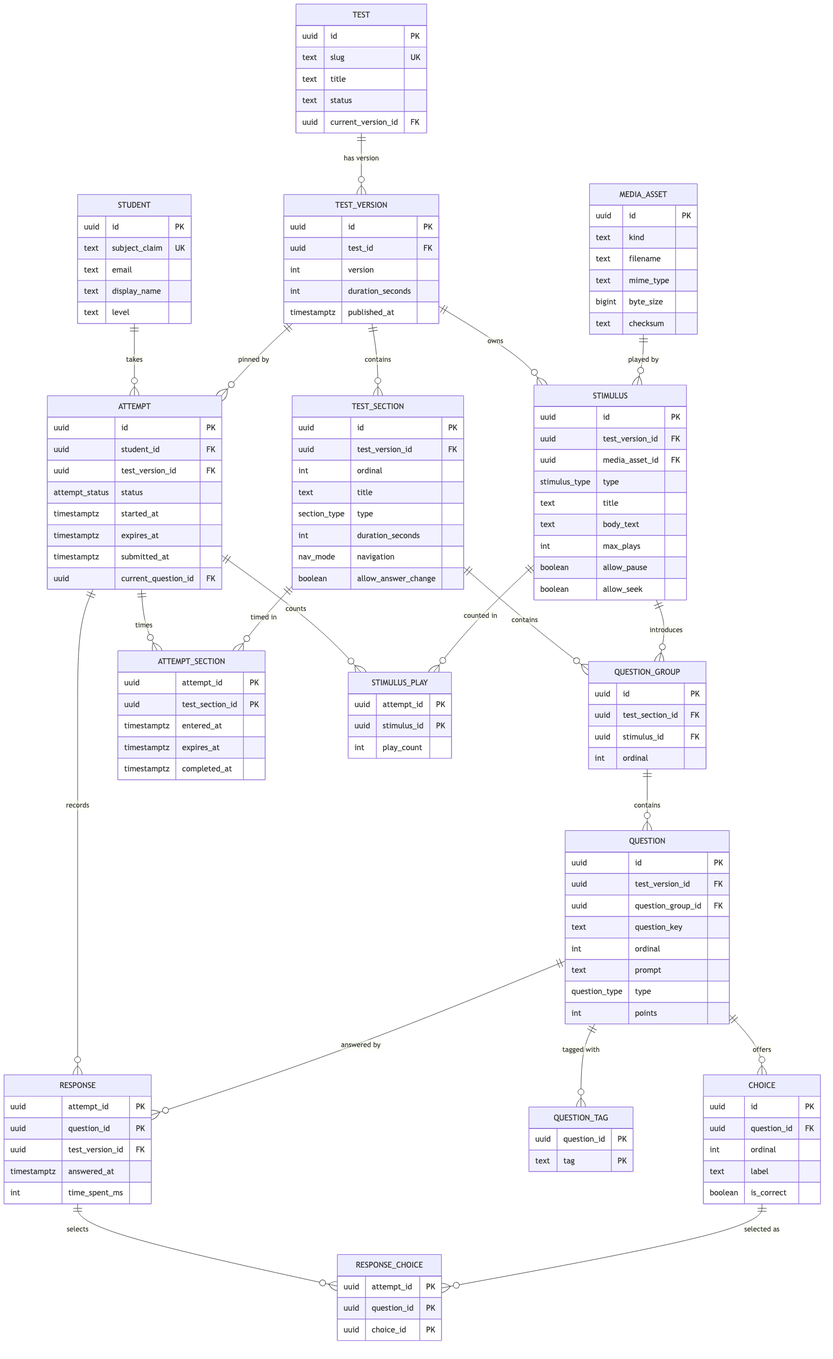
Above: docs/diagrams/er.png in liam-workspace/typescript-quiz (Mermaid), before the change. Its source is kept beside it as docs/diagrams/er.mmd.
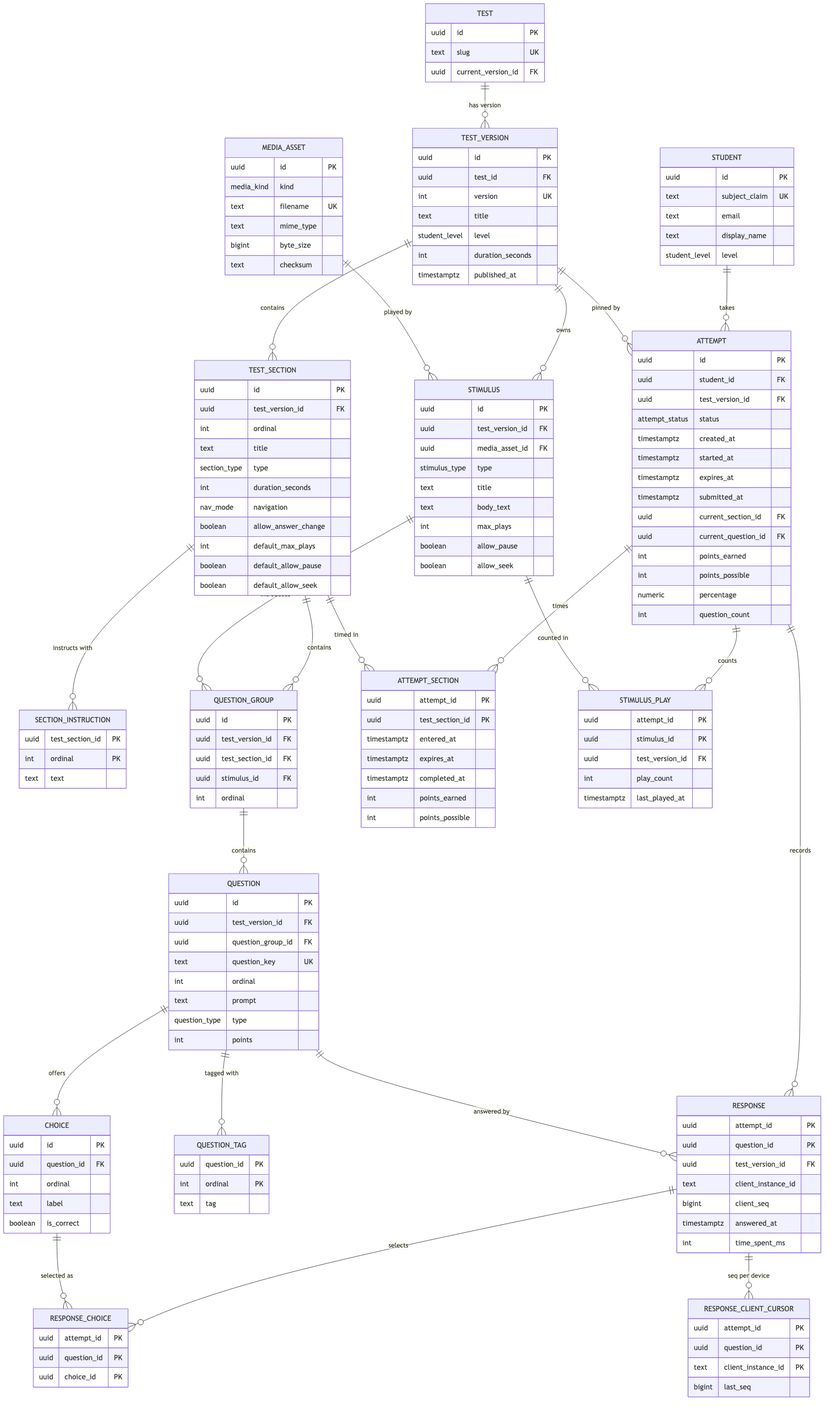
The same diagram one commit later.

The edit, as a diff of the source:
```diff
@@ -4,19 +4,27 @@
     text subject_claim UK
     text email
     text display_name
-    text level
+    student_level level
+  }
+  MEDIA_ASSET {
+    uuid id PK
+    media_kind kind
+    text filename UK
+    text mime_type
+    bigint byte_size
+    text checksum
   }
   TEST {
     uuid id PK
     text slug UK
-    text title
-    text status
     uuid current_version_id FK
   }
   TEST_VERSION {
     uuid id PK
     uuid test_id FK
-    int version
+    int version UK
+    text title
+    student_level level
     int duration_seconds
     timestamptz published_at
   }
@@ -29,6 +37,14 @@
     int duration_seconds
     nav_mode navigation
     boolean allow_answer_change
+    int default_max_plays
+    boolean default_allow_pause
+    boolean default_allow_seek
+  }
+  SECTION_INSTRUCTION {
+    uuid test_section_id PK
+    int ordinal PK
+    text text
   }
   STIMULUS {
     uuid id PK
@@ -43,6 +59,7 @@
   }
   QUESTION_GROUP {
     uuid id PK
+    uuid test_version_id FK
     uuid test_section_id FK
     uuid stimulus_id FK
     int ordinal
@@ -51,7 +68,7 @@
     uuid id PK
     uuid test_version_id FK
     uuid question_group_id FK
-    text question_key
+    text question_key UK
     int ordinal
     text prompt
     question_type type
@@ -66,25 +83,24 @@
   }
   QUESTION_TAG {
     uuid question_id PK
-    text tag PK
-  }
-  MEDIA_ASSET {
-    uuid id PK
-    text kind
-    text filename
-    text mime_type
-    bigint byte_size
-    text checksum
+    int ordinal PK
+    text tag
   }
   ATTEMPT {
     uuid id PK
     uuid student_id FK
     uuid test_version_id FK
     attempt_status status
+    timestamptz created_at
     timestamptz started_at
     timestamptz expires_at
     timestamptz submitted_at
+    uuid current_section_id FK
     uuid current_question_id FK
+    int points_earned
+    int points_possible
+    numeric percentage
+    int question_count
   }
   ATTEMPT_SECTION {
     uuid attempt_id PK
@@ -92,13 +108,23 @@
     timestamptz entered_at
     timestamptz expires_at
     timestamptz completed_at
+    int points_earned
+    int points_possible
   }
   RESPONSE {
     uuid attempt_id PK
     uuid question_id PK
     uuid test_version_id FK
+    text client_instance_id
+    bigint client_seq
     timestamptz answered_at
     int time_spent_ms
+  }
+  RESPONSE_CLIENT_CURSOR {
+    uuid attempt_id PK
+    uuid question_id PK
+    text client_instance_id PK
+    bigint last_seq
   }
   RESPONSE_CHOICE {
     uuid attempt_id PK
@@ -108,18 +134,21 @@
   STIMULUS_PLAY {
     uuid attempt_id PK
     uuid stimulus_id PK
+    uuid test_version_id FK
     int play_count
+    timestamptz last_played_at
   }
   STUDENT ||--o{ ATTEMPT : takes
   TEST ||--o{ TEST_VERSION : "has version"
   TEST_VERSION ||--o{ TEST_SECTION : contains
   TEST_VERSION ||--o{ STIMULUS : owns
+  TEST_SECTION ||--o{ SECTION_INSTRUCTION : "instructs with"
   TEST_SECTION ||--o{ QUESTION_GROUP : contains
   STIMULUS ||--o{ QUESTION_GROUP : introduces
+  MEDIA_ASSET ||--o{ STIMULUS : "played by"
   QUESTION_GROUP ||--o{ QUESTION : contains
   QUESTION ||--o{ CHOICE : offers
   QUESTION ||--o{ QUESTION_TAG : "tagged with"
-  MEDIA_ASSET ||--o{ STIMULUS : "played by"
   TEST_VERSION ||--o{ ATTEMPT : "pinned by"
   ATTEMPT ||--o{ ATTEMPT_SECTION : times
   TEST_SECTION ||--o{ ATTEMPT_SECTION : "timed in"
@@ -127,5 +156,6 @@
   QUESTION ||--o{ RESPONSE : "answered by"
   RESPONSE ||--o{ RESPONSE_CHOICE : selects
   CHOICE ||--o{ RESPONSE_CHOICE : "selected as"
+  RESPONSE ||--o{ RESPONSE_CLIENT_CURSOR : "seq per device"
   ATTEMPT ||--o{ STIMULUS_PLAY : counts
   STIMULUS ||--o{ STIMULUS_PLAY : "counted in"
```
